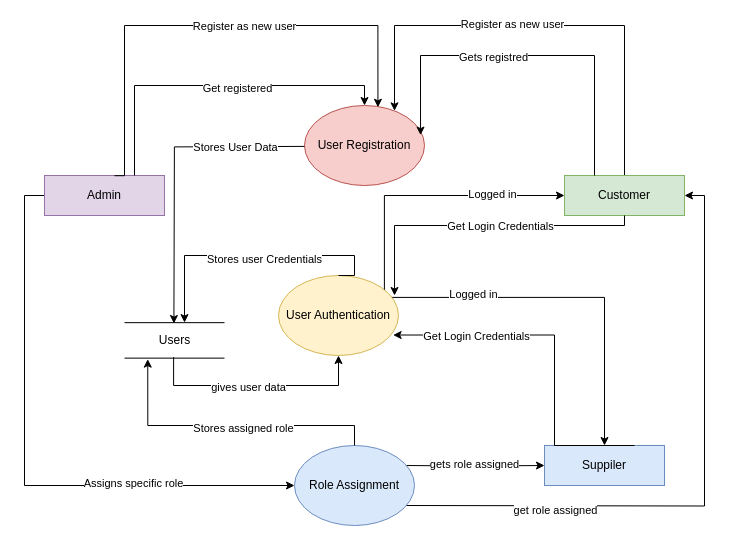
Before: Level 2.drawio in pawal-karki/DRAW.IO, a draw.io diagram. Source tidied: cells renumbered, new cells numbered last; positions are measured from the earlier drawing's top-left corner, leaving out a move shared by most shapes. Both pictures are drawn from the tidied source at 100%, with x=0, y=0 at pixel (24, 25).
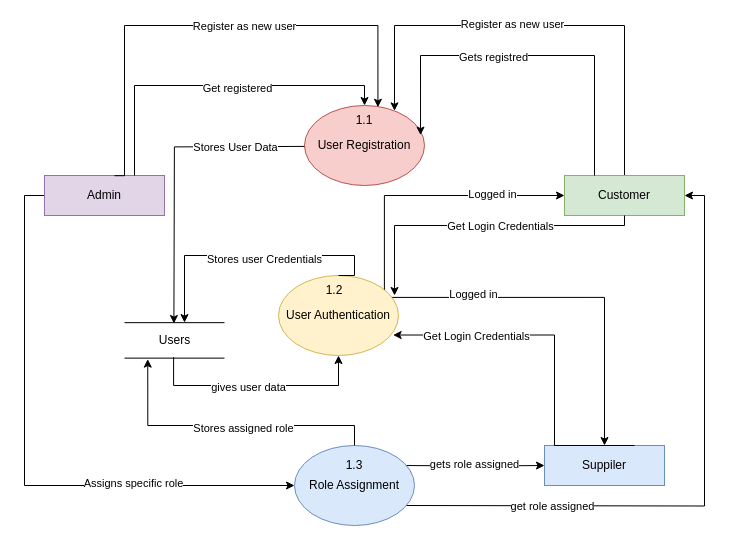
Above is the later version.

The change refers to these unchanged cells:
```xml
<mxCell id="6" style="edgeStyle=orthogonalEdgeStyle;rounded=0;jettySize=auto;html=1;entryX=1;entryY=0.5;entryDx=0;entryDy=0;" parent="1" edge="1" target="19">
  <mxGeometry relative="1" as="geometry">
    <mxPoint x="380" y="480" as="sourcePoint" />
  </mxGeometry>
</mxCell>
```

What changed in the source:
```diff
@@
     <mxCell id="7" value="get role assigned" style="edgeLabel;html=1;align=center;verticalAlign=middle;" parent="6" vertex="1">
-      <mxGeometry x="-0.52" y="-4" relative="1" as="geometry" />
+      <mxGeometry x="-0.52" y="-4" relative="1" as="geometry">
+        <mxPoint x="-3" y="-4" as="offset" />
+      </mxGeometry>
     </mxCell>
@@
+    <mxCell id="41" value="1.1" style="text;html=1;align=center;verticalAlign=middle;whiteSpace=wrap;rounded=0;" parent="1" vertex="1">
+      <mxGeometry x="310" y="80" width="60" height="30" as="geometry" />
+    </mxCell>
+    <mxCell id="42" value="1.2" style="text;html=1;align=center;verticalAlign=middle;whiteSpace=wrap;rounded=0;" parent="1" vertex="1">
+      <mxGeometry x="280" y="250" width="60" height="30" as="geometry" />
+    </mxCell>
+    <mxCell id="43" value="1.3" style="text;html=1;align=center;verticalAlign=middle;whiteSpace=wrap;rounded=0;" parent="1" vertex="1">
+      <mxGeometry x="300" y="425" width="60" height="30" as="geometry" />
+    </mxCell>
```
